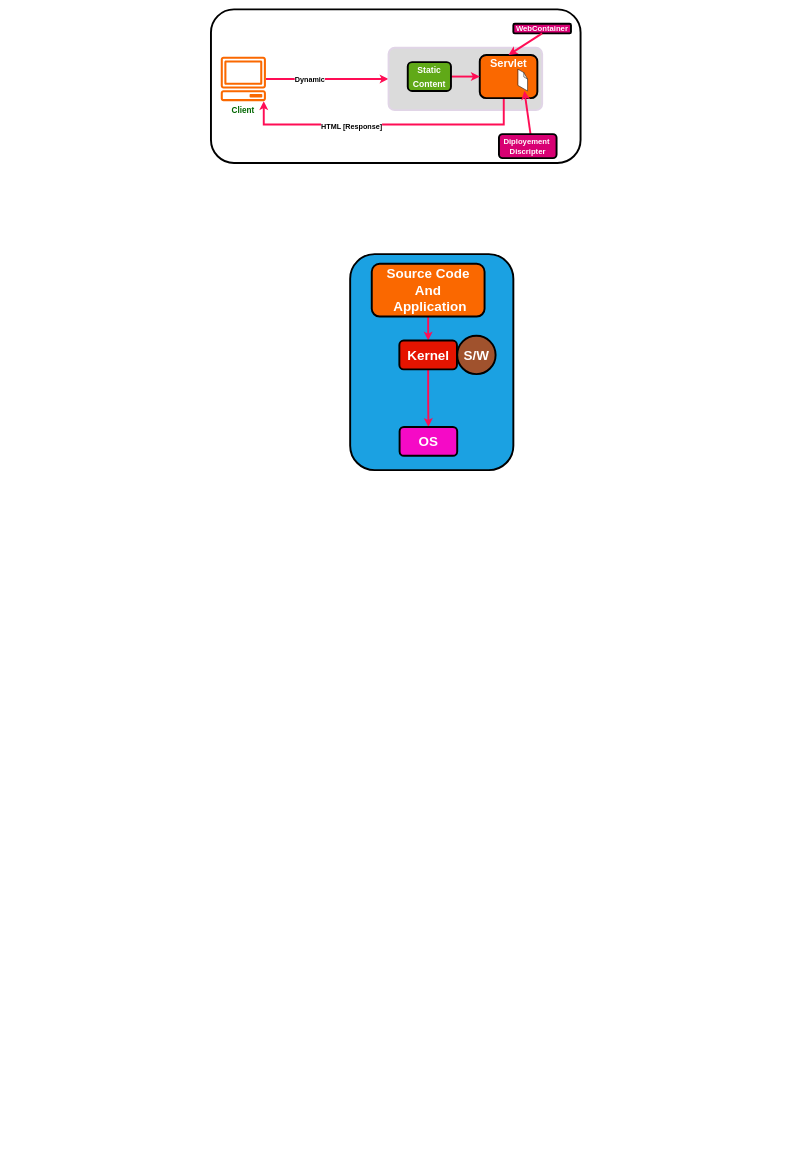
Earlier version of the draw.io diagram page "Servlet" (3 of 3) of AWS.drawio (Dhruv9066/Assignment). Source tidied: cells renumbered, new cells numbered last; positions are measured from the earlier drawing's top-left corner, leaving out a move shared by most shapes. Both pictures are drawn from the tidied source at 48%, with x=0, y=0 at pixel (211, 9).
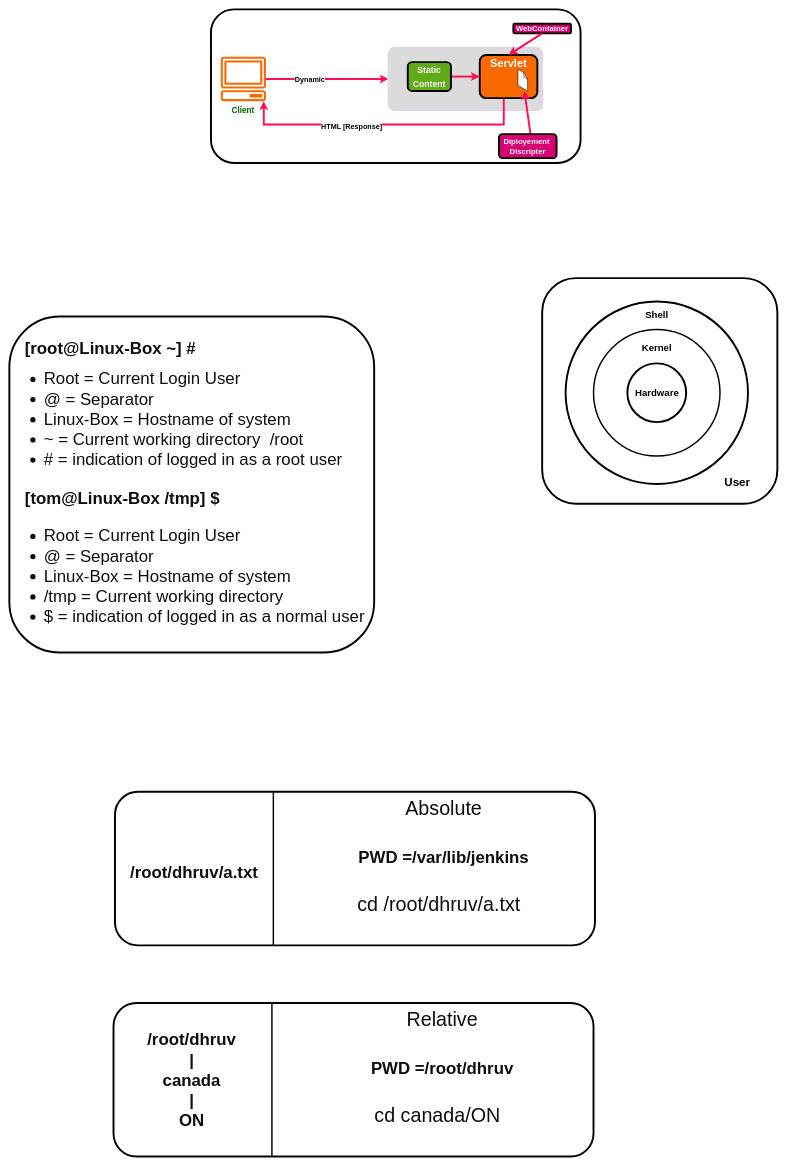
After the change.

Change to the diagram source:
```diff
@@
+    <mxCell id="25" style="rounded=1;whiteSpace=wrap;html=1;strokeWidth=4;" parent="1" vertex="1">
+      <mxGeometry x="690" y="560" width="490" height="470" as="geometry" />
+    </mxCell>
@@
-    <mxCell id="18" style="rounded=1;whiteSpace=wrap;html=1;strokeColor=#000000;strokeWidth=4;fontSize=16;fontColor=#ffffff;fillColor=#1ba1e2;" parent="1" vertex="1">
-      <mxGeometry x="290" y="510" width="340" height="450" as="geometry" />
-    </mxCell>
-    <mxCell id="19" style="edgeStyle=orthogonalEdgeStyle;rounded=0;jettySize=auto;html=1;entryX=0.5;entryY=0;entryDx=0;entryDy=0;strokeColor=#FF0D55;strokeWidth=4;fontSize=28;fontColor=#000000;" parent="1" edge="1" source="20" target="22">
-      <mxGeometry relative="1" as="geometry" />
-    </mxCell>
-    <mxCell id="20" value="&lt;font color=&quot;#ffffff&quot;&gt;&lt;b&gt;&lt;font style=&quot;font-size: 28px;&quot;&gt;Source Code &lt;br&gt;And&lt;br&gt;&amp;nbsp;&lt;/font&gt;&lt;/b&gt;&lt;b style=&quot;border-color: var(--border-color);&quot;&gt;&lt;font style=&quot;border-color: var(--border-color); font-size: 28px;&quot;&gt;Application&lt;/font&gt;&lt;/b&gt;&lt;/font&gt;" style="rounded=1;whiteSpace=wrap;html=1;strokeColor=#000000;strokeWidth=4;fontSize=16;fontColor=#000000;fillColor=#fa6800;" parent="1" vertex="1">
-      <mxGeometry x="335" y="530" width="235" height="110" as="geometry" />
-    </mxCell>
-    <mxCell id="21" style="edgeStyle=orthogonalEdgeStyle;rounded=0;jettySize=auto;html=1;strokeColor=#FF0D55;strokeWidth=4;fontSize=28;fontColor=#000000;" parent="1" edge="1" source="22" target="24">
-      <mxGeometry relative="1" as="geometry" />
-    </mxCell>
+    <mxCell id="26" value="&lt;b&gt;&lt;font style=&quot;font-size: 20px;&quot;&gt;Hardware&lt;/font&gt;&lt;/b&gt;" style="ellipse;whiteSpace=wrap;html=1;strokeWidth=4;" parent="1" vertex="1">
+      <mxGeometry x="867.5" y="737.5" width="122.5" height="122.5" as="geometry" />
+    </mxCell>
+    <mxCell id="27" style="ellipse;whiteSpace=wrap;html=1;fillColor=none;strokeColor=#000000;strokeWidth=3;" parent="1" vertex="1">
+      <mxGeometry x="797" y="667" width="263.5" height="263.5" as="geometry" />
+    </mxCell>
-    <mxCell id="22" value="&lt;b&gt;Kernel&lt;/b&gt;" style="rounded=1;whiteSpace=wrap;html=1;strokeColor=#000000;strokeWidth=4;fontSize=28;fontColor=#ffffff;fillColor=#e51400;" parent="1" vertex="1">
-      <mxGeometry x="392.5" y="690" width="120" height="60" as="geometry" />
+    <mxCell id="22" value="&lt;b&gt;Kernel&lt;/b&gt;" style="text;html=1;strokeColor=none;fillColor=none;align=center;verticalAlign=middle;whiteSpace=wrap;rounded=0;fontSize=20;" parent="1" vertex="1">
+      <mxGeometry x="898.8" y="690" width="60" height="30" as="geometry" />
     </mxCell>
-    <mxCell id="23" value="&lt;font style=&quot;&quot; color=&quot;#ffffff&quot;&gt;&lt;b&gt;S/W&lt;/b&gt;&lt;/font&gt;" style="ellipse;whiteSpace=wrap;html=1;rounded=1;strokeColor=#000000;strokeWidth=4;fontSize=28;fontColor=#ffffff;fillColor=#a0522d;" parent="1" vertex="1">
-      <mxGeometry x="513" y="680" width="80" height="80" as="geometry" />
-    </mxCell>
-    <mxCell id="24" value="&lt;b&gt;OS&lt;/b&gt;" style="rounded=1;whiteSpace=wrap;html=1;strokeColor=#000000;strokeWidth=4;fontSize=28;fontColor=#ffffff;fillColor=#F50AC6;" parent="1" vertex="1">
-      <mxGeometry x="393" y="870" width="120" height="60" as="geometry" />
-    </mxCell>
+    <mxCell id="28" style="ellipse;whiteSpace=wrap;html=1;strokeColor=#000000;strokeWidth=4;fontSize=20;fillColor=none;" parent="1" vertex="1">
+      <mxGeometry x="738.8" y="608.8" width="380" height="380" as="geometry" />
+    </mxCell>
+    <mxCell id="29" value="&lt;b&gt;Shell&lt;/b&gt;" style="text;html=1;strokeColor=none;fillColor=none;align=center;verticalAlign=middle;whiteSpace=wrap;rounded=0;fontSize=20;" parent="1" vertex="1">
+      <mxGeometry x="899" y="620" width="60" height="30" as="geometry" />
+    </mxCell>
+    <mxCell id="30" value="&lt;b&gt;&lt;font style=&quot;font-size: 24px;&quot;&gt;User&amp;nbsp;&lt;/font&gt;&lt;/b&gt;" style="text;html=1;strokeColor=none;fillColor=none;align=center;verticalAlign=middle;whiteSpace=wrap;rounded=0;fontSize=20;" parent="1" vertex="1">
+      <mxGeometry x="1070" y="970" width="60" height="30" as="geometry" />
+    </mxCell>
+    <mxCell id="31" style="rounded=1;whiteSpace=wrap;html=1;strokeColor=#000000;strokeWidth=4;fontSize=24;fontColor=#F50AC6;fillColor=default;" parent="1" vertex="1">
+      <mxGeometry x="-420" y="640" width="760" height="700" as="geometry" />
+    </mxCell>
+    <mxCell id="32" value="&lt;font style=&quot;font-size: 35px;&quot; color=&quot;#0f0f0f&quot;&gt;&lt;b&gt;&lt;font style=&quot;font-size: 35px;&quot;&gt;[&lt;/font&gt;&lt;font style=&quot;font-size: 35px;&quot;&gt;root&lt;/font&gt;&lt;font style=&quot;font-size: 35px;&quot;&gt;@&lt;/font&gt;&lt;font style=&quot;font-size: 35px;&quot;&gt;Linux-Box&lt;/font&gt;&lt;font style=&quot;font-size: 35px;&quot;&gt; &lt;/font&gt;&lt;font style=&quot;font-size: 35px;&quot;&gt;~&lt;/font&gt;&lt;font style=&quot;font-size: 35px;&quot;&gt;] #&lt;/font&gt;&lt;/b&gt;&lt;/font&gt;" style="text;html=1;align=center;verticalAlign=middle;strokeColor=none;fillColor=none;fontSize=24;fontColor=#F50AC6;" parent="1" vertex="1">
+      <mxGeometry x="-400" y="675" width="380" height="60" as="geometry" />
+    </mxCell>
+    <mxCell id="33" value="&lt;ul&gt;&lt;li&gt;Root = Current Login User&lt;/li&gt;&lt;li&gt;@ = Separator&amp;nbsp;&lt;/li&gt;&lt;li&gt;Linux-Box = Hostname of system&lt;/li&gt;&lt;li&gt;~ = Current working directory&amp;nbsp; /root&lt;/li&gt;&lt;li&gt;# = indication of logged in as a root user&amp;nbsp;&lt;/li&gt;&lt;/ul&gt;" style="text;html=1;strokeColor=none;fillColor=none;align=left;verticalAlign=middle;whiteSpace=wrap;rounded=0;fontSize=35;fontColor=#0f0f0f;" parent="1" vertex="1">
+      <mxGeometry x="-390" y="737.5" width="690" height="230" as="geometry" />
+    </mxCell>
+    <mxCell id="34" value="&lt;font style=&quot;font-size: 35px;&quot; color=&quot;#0f0f0f&quot;&gt;&lt;b&gt;&lt;font style=&quot;font-size: 35px;&quot;&gt;[tom&lt;/font&gt;&lt;font style=&quot;font-size: 35px;&quot;&gt;@&lt;/font&gt;&lt;font style=&quot;font-size: 35px;&quot;&gt;Linux-Box&lt;/font&gt;&lt;font style=&quot;font-size: 35px;&quot;&gt;&amp;nbsp;/tmp&lt;/font&gt;&lt;font style=&quot;font-size: 35px;&quot;&gt;] $&lt;/font&gt;&lt;/b&gt;&lt;/font&gt;" style="text;html=1;align=center;verticalAlign=middle;strokeColor=none;fillColor=none;fontSize=24;fontColor=#F50AC6;" parent="1" vertex="1">
+      <mxGeometry x="-400" y="988.8" width="430" height="60" as="geometry" />
+    </mxCell>
+    <mxCell id="35" value="&lt;ul&gt;&lt;li&gt;Root = Current Login User&lt;/li&gt;&lt;li&gt;@ = Separator&amp;nbsp;&lt;/li&gt;&lt;li&gt;Linux-Box = Hostname of system&lt;/li&gt;&lt;li&gt;/tmp = Current working directory&amp;nbsp;&lt;/li&gt;&lt;li&gt;$ = indication of logged in as a normal user&amp;nbsp;&lt;/li&gt;&lt;/ul&gt;" style="text;html=1;strokeColor=none;fillColor=none;align=left;verticalAlign=middle;whiteSpace=wrap;rounded=0;fontSize=35;fontColor=#0f0f0f;" parent="1" vertex="1">
+      <mxGeometry x="-390" y="1060" width="730" height="240" as="geometry" />
+    </mxCell>
+    <mxCell id="36" style="rounded=1;whiteSpace=wrap;html=1;strokeColor=#000000;strokeWidth=4;fontSize=35;fontColor=#0f0f0f;fillColor=default;" parent="1" vertex="1">
+      <mxGeometry x="-200" y="1630" width="1000" height="320" as="geometry" />
+    </mxCell>
+    <mxCell id="37" value="&lt;b&gt;/root/dhruv/a.txt&lt;/b&gt;" style="text;html=1;strokeColor=none;fillColor=none;align=center;verticalAlign=middle;whiteSpace=wrap;rounded=0;fontSize=35;fontColor=#0f0f0f;" parent="1" vertex="1">
+      <mxGeometry x="-190" y="1770" width="310" height="55.5" as="geometry" />
+    </mxCell>
+    <mxCell id="38" style="endArrow=none;html=1;rounded=0;strokeWidth=3;fontSize=35;fontColor=#0f0f0f;exitX=0.33;exitY=1;exitDx=0;exitDy=0;exitPerimeter=0;" parent="1" edge="1" source="36">
+      <mxGeometry relative="1" as="geometry">
+        <mxPoint x="130" y="1630" as="targetPoint" />
+      </mxGeometry>
+    </mxCell>
+    <mxCell id="39" value="&lt;b&gt;PWD =/var/lib/jenkins&lt;/b&gt;" style="text;html=1;strokeColor=none;fillColor=none;align=center;verticalAlign=middle;whiteSpace=wrap;rounded=0;fontSize=35;fontColor=#0f0f0f;" parent="1" vertex="1">
+      <mxGeometry x="270" y="1750" width="430" height="30" as="geometry" />
+    </mxCell>
+    <mxCell id="40" value="&lt;font style=&quot;font-size: 41px;&quot;&gt;cd /root/dhruv/a.txt&lt;/font&gt;" style="text;html=1;strokeColor=none;fillColor=none;align=center;verticalAlign=middle;whiteSpace=wrap;rounded=0;fontSize=35;fontColor=#0f0f0f;" parent="1" vertex="1">
+      <mxGeometry x="270" y="1850" width="410" height="30" as="geometry" />
+    </mxCell>
+    <mxCell id="41" value="Absolute" style="text;html=1;strokeColor=none;fillColor=none;align=center;verticalAlign=middle;whiteSpace=wrap;rounded=0;fontSize=41;fontColor=#0f0f0f;" parent="1" vertex="1">
+      <mxGeometry x="455" y="1650" width="60" height="30" as="geometry" />
+    </mxCell>
+    <mxCell id="42" style="rounded=1;whiteSpace=wrap;html=1;strokeColor=#000000;strokeWidth=4;fontSize=35;fontColor=#0f0f0f;fillColor=default;" parent="1" vertex="1">
+      <mxGeometry x="-203" y="2070" width="1000" height="320" as="geometry" />
+    </mxCell>
+    <mxCell id="43" value="&lt;b&gt;/root/dhruv&lt;br&gt;|&lt;br&gt;canada&lt;br&gt;|&lt;br&gt;ON&lt;br&gt;&lt;/b&gt;" style="text;html=1;strokeColor=none;fillColor=none;align=center;verticalAlign=middle;whiteSpace=wrap;rounded=0;fontSize=35;fontColor=#0f0f0f;" parent="1" vertex="1">
+      <mxGeometry x="-200" y="2096.5" width="320" height="267" as="geometry" />
+    </mxCell>
+    <mxCell id="44" style="endArrow=none;html=1;rounded=0;strokeWidth=3;fontSize=35;fontColor=#0f0f0f;exitX=0.33;exitY=1;exitDx=0;exitDy=0;exitPerimeter=0;" parent="1" edge="1" source="42">
+      <mxGeometry relative="1" as="geometry">
+        <mxPoint x="127" y="2070" as="targetPoint" />
+      </mxGeometry>
+    </mxCell>
+    <mxCell id="45" value="&lt;b&gt;PWD =/root/dhruv&lt;/b&gt;" style="text;html=1;strokeColor=none;fillColor=none;align=center;verticalAlign=middle;whiteSpace=wrap;rounded=0;fontSize=35;fontColor=#0f0f0f;" parent="1" vertex="1">
+      <mxGeometry x="267" y="2190" width="430" height="30" as="geometry" />
+    </mxCell>
+    <mxCell id="46" value="&lt;span style=&quot;font-size: 41px;&quot;&gt;cd canada/ON&lt;/span&gt;" style="text;html=1;strokeColor=none;fillColor=none;align=center;verticalAlign=middle;whiteSpace=wrap;rounded=0;fontSize=35;fontColor=#0f0f0f;" parent="1" vertex="1">
+      <mxGeometry x="267" y="2290" width="410" height="30" as="geometry" />
+    </mxCell>
+    <mxCell id="47" value="Relative" style="text;html=1;strokeColor=none;fillColor=none;align=center;verticalAlign=middle;whiteSpace=wrap;rounded=0;fontSize=41;fontColor=#0f0f0f;" parent="1" vertex="1">
+      <mxGeometry x="452" y="2090" width="60" height="30" as="geometry" />
+    </mxCell>
```
